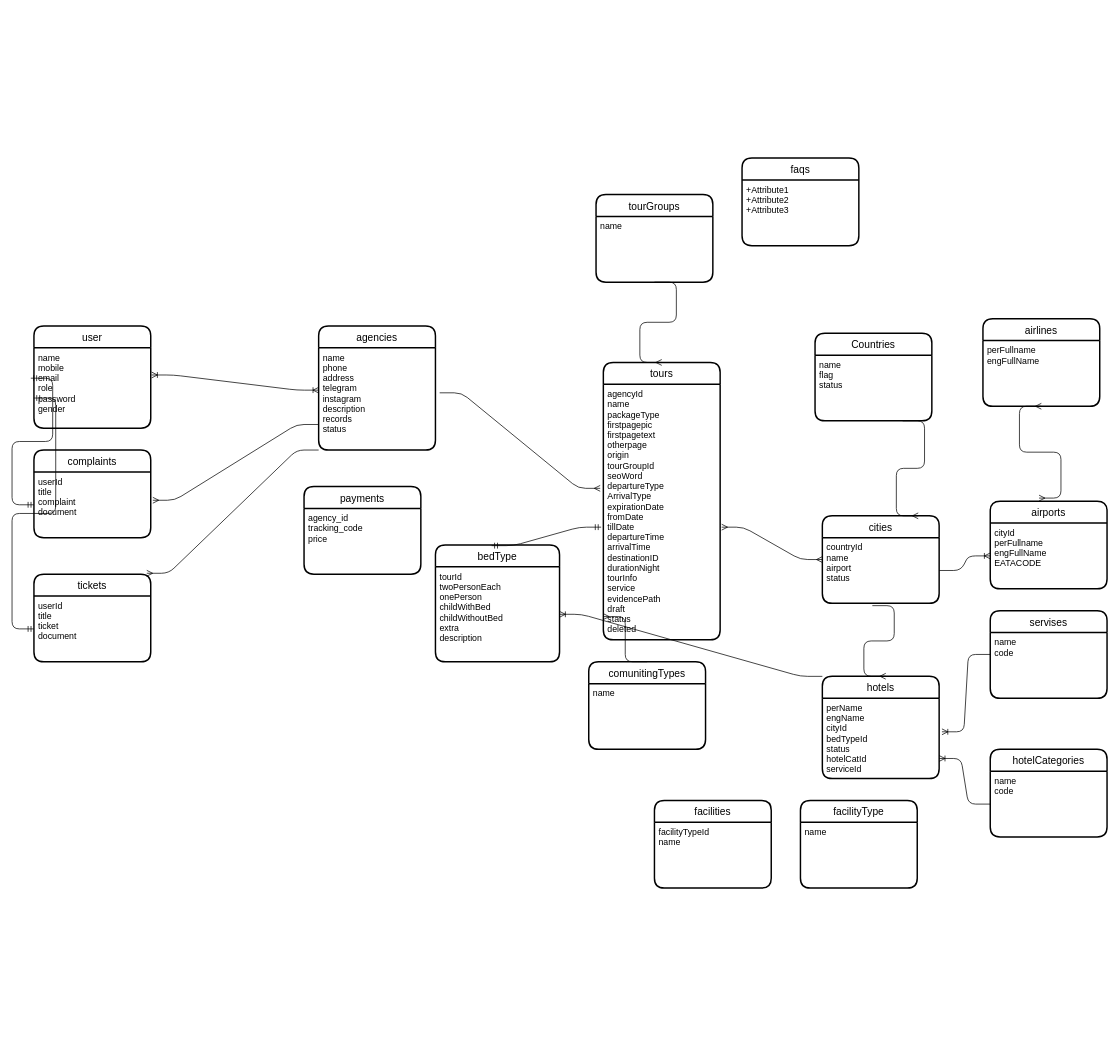
Above: Untitled Diagram.drawio in hamedhsm73/gitProject (draw.io), before the change. Source tidied: cells renumbered, new cells numbered last; positions are measured from the earlier drawing's top-left corner, leaving out a move shared by most shapes. Both pictures are drawn from the tidied source at 73%, with x=0, y=0 at pixel (34, 158).
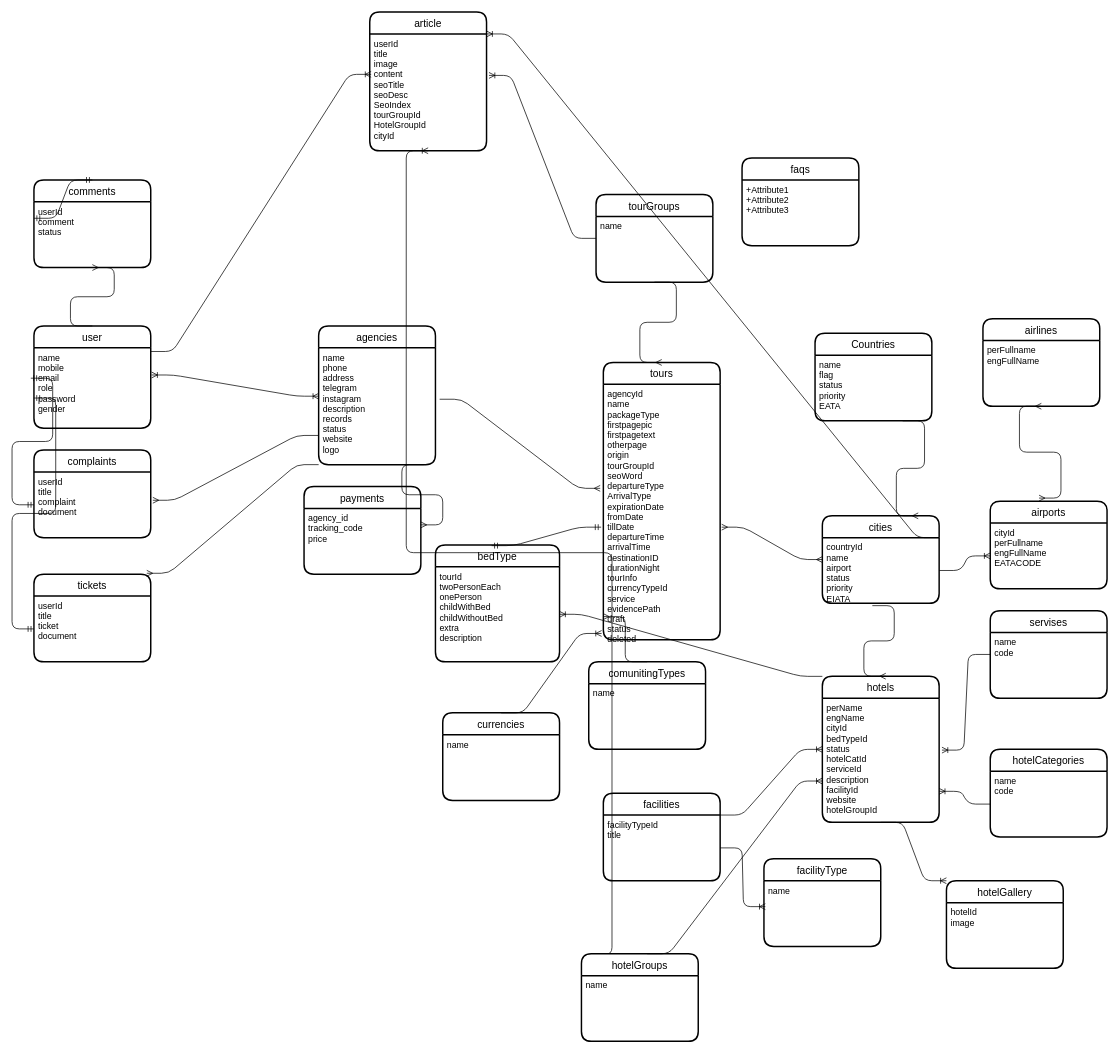
The same diagram, later.

Unchanged cells that the change refers to:
```xml
<mxCell id="2" value="user" style="swimlane;horizontal=1;startSize=30;rounded=1;fontSize=14;fontStyle=0;strokeWidth=2;shadow=0;dashed=0;align=center;" parent="1" vertex="1">
  <mxGeometry y="230" width="160" height="140" as="geometry" />
</mxCell>
<mxCell id="11" value="agency_id&#10;tracking_code&#10;price&#10;" style="align=left;strokeColor=none;fillColor=none;spacingLeft=4;fontSize=12;verticalAlign=top;" parent="10" vertex="1">
  <mxGeometry y="30" width="160" height="90" as="geometry" />
</mxCell>
<mxCell id="17" value="tours" style="swimlane;horizontal=1;startSize=30;rounded=1;fontSize=14;fontStyle=0;strokeWidth=2;shadow=0;dashed=0;align=center;" parent="1" vertex="1">
  <mxGeometry x="780" y="280" width="160" height="380" as="geometry" />
</mxCell>
<mxCell id="19" value="Countries" style="swimlane;horizontal=1;startSize=30;rounded=1;fontSize=14;fontStyle=0;strokeWidth=2;shadow=0;dashed=0;align=center;" parent="1" vertex="1">
  <mxGeometry x="1070" y="240" width="160" height="120" as="geometry" />
</mxCell>
<mxCell id="21" value="cities" style="swimlane;horizontal=1;startSize=30;rounded=1;fontSize=14;fontStyle=0;strokeWidth=2;shadow=0;dashed=0;align=center;" parent="1" vertex="1">
  <mxGeometry x="1080" y="490" width="160" height="120" as="geometry" />
</mxCell>
<mxCell id="25" value="tourGroups" style="swimlane;horizontal=1;startSize=30;rounded=1;fontSize=14;fontStyle=0;strokeWidth=2;shadow=0;dashed=0;align=center;" parent="1" vertex="1">
  <mxGeometry x="770" y="50" width="160" height="120" as="geometry" />
</mxCell>
<mxCell id="56" value="name" style="align=left;strokeColor=none;fillColor=none;spacingLeft=4;fontSize=12;verticalAlign=top;" parent="55" vertex="1">
  <mxGeometry y="30" width="160" height="90" as="geometry" />
</mxCell>
```

Diff of the diagram source:
```diff
@@
     <mxCell id="8" value="agencies" style="swimlane;horizontal=1;startSize=30;rounded=1;fontSize=14;fontStyle=0;strokeWidth=2;shadow=0;dashed=0;align=center;" parent="1" vertex="1">
-      <mxGeometry x="390" y="230" width="160" height="170" as="geometry" />
+      <mxGeometry x="390" y="230" width="160" height="190" as="geometry" />
     </mxCell>
-    <mxCell id="9" value="name&#10;phone&#10;address&#10;telegram&#10;instagram&#10;description&#10;records&#10;status" style="align=left;strokeColor=none;fillColor=none;spacingLeft=4;fontSize=12;verticalAlign=top;" parent="8" vertex="1">
-      <mxGeometry y="30" width="160" height="140" as="geometry" />
+    <mxCell id="9" value="name&#10;phone&#10;address&#10;telegram&#10;instagram&#10;description&#10;records&#10;status&#10;website&#10;logo" style="align=left;strokeColor=none;fillColor=none;spacingLeft=4;fontSize=12;verticalAlign=top;" parent="8" vertex="1">
+      <mxGeometry y="30" width="160" height="160" as="geometry" />
     </mxCell>
@@
-    <mxCell id="18" value="agencyId&#10;name&#10;packageType&#10;firstpagepic&#10;firstpagetext&#10;otherpage&#10;origin&#10;tourGroupId&#10;seoWord&#10;departureType&#10;ArrivalType&#10;expirationDate&#10;fromDate&#10;tillDate&#10;departureTime&#10;arrivalTime&#10;destinationID&#10;durationNight&#10;tourInfo&#10;service&#10;evidencePath&#10;draft&#10;status&#10;deleted&#10;" style="align=left;strokeColor=none;fillColor=none;spacingLeft=4;fontSize=12;verticalAlign=top;" parent="17" vertex="1">
+    <mxCell id="18" value="agencyId&#10;name&#10;packageType&#10;firstpagepic&#10;firstpagetext&#10;otherpage&#10;origin&#10;tourGroupId&#10;seoWord&#10;departureType&#10;ArrivalType&#10;expirationDate&#10;fromDate&#10;tillDate&#10;departureTime&#10;arrivalTime&#10;destinationID&#10;durationNight&#10;tourInfo&#10;currencyTypeId&#10;service&#10;evidencePath&#10;draft&#10;status&#10;deleted&#10;" style="align=left;strokeColor=none;fillColor=none;spacingLeft=4;fontSize=12;verticalAlign=top;" parent="17" vertex="1">
       <mxGeometry y="30" width="160" height="350" as="geometry" />
     </mxCell>
@@
-    <mxCell id="20" value="name&#10;flag&#10;status" style="align=left;strokeColor=none;fillColor=none;spacingLeft=4;fontSize=12;verticalAlign=top;" parent="19" vertex="1">
+    <mxCell id="20" value="name&#10;flag&#10;status&#10;priority&#10;EATA" style="align=left;strokeColor=none;fillColor=none;spacingLeft=4;fontSize=12;verticalAlign=top;" parent="19" vertex="1">
       <mxGeometry y="30" width="160" height="90" as="geometry" />
     </mxCell>
@@
-    <mxCell id="22" value="countryId&#10;name&#10;airport&#10;status" style="align=left;strokeColor=none;fillColor=none;spacingLeft=4;fontSize=12;verticalAlign=top;" parent="21" vertex="1">
+    <mxCell id="22" value="countryId&#10;name&#10;airport&#10;status&#10;priority&#10;EIATA" style="align=left;strokeColor=none;fillColor=none;spacingLeft=4;fontSize=12;verticalAlign=top;" parent="21" vertex="1">
       <mxGeometry y="30" width="160" height="90" as="geometry" />
     </mxCell>
@@
     <mxCell id="35" value="hotels" style="swimlane;horizontal=1;startSize=30;rounded=1;fontSize=14;fontStyle=0;strokeWidth=2;shadow=0;dashed=0;align=center;" parent="1" vertex="1">
-      <mxGeometry x="1080" y="710" width="160" height="140" as="geometry" />
+      <mxGeometry x="1080" y="710" width="160" height="200" as="geometry" />
     </mxCell>
-    <mxCell id="36" value="perName&#10;engName&#10;cityId&#10;bedTypeId&#10;status&#10;hotelCatId&#10;serviceId" style="align=left;strokeColor=none;fillColor=none;spacingLeft=4;fontSize=12;verticalAlign=top;" parent="35" vertex="1">
-      <mxGeometry y="30" width="160" height="110" as="geometry" />
+    <mxCell id="36" value="perName&#10;engName&#10;cityId&#10;bedTypeId&#10;status&#10;hotelCatId&#10;serviceId&#10;description&#10;facilityId&#10;website&#10;hotelGroupId" style="align=left;strokeColor=none;fillColor=none;spacingLeft=4;fontSize=12;verticalAlign=top;" parent="35" vertex="1">
+      <mxGeometry y="30" width="160" height="170" as="geometry" />
     </mxCell>
@@
     <mxCell id="53" value="facilities" style="swimlane;horizontal=1;startSize=30;rounded=1;fontSize=14;fontStyle=0;strokeWidth=2;shadow=0;dashed=0;align=center;" parent="1" vertex="1">
-      <mxGeometry x="850" y="880" width="160" height="120" as="geometry" />
+      <mxGeometry x="780" y="870" width="160" height="120" as="geometry" />
     </mxCell>
-    <mxCell id="54" value="facilityTypeId&#10;name&#10;" style="align=left;strokeColor=none;fillColor=none;spacingLeft=4;fontSize=12;verticalAlign=top;" parent="53" vertex="1">
+    <mxCell id="54" value="facilityTypeId&#10;title" style="align=left;strokeColor=none;fillColor=none;spacingLeft=4;fontSize=12;verticalAlign=top;" parent="53" vertex="1">
       <mxGeometry y="30" width="160" height="90" as="geometry" />
     </mxCell>
     <mxCell id="55" value="facilityType" style="swimlane;horizontal=1;startSize=30;rounded=1;fontSize=14;fontStyle=0;strokeWidth=2;shadow=0;dashed=0;align=center;" parent="1" vertex="1">
-      <mxGeometry x="1050" y="880" width="160" height="120" as="geometry" />
+      <mxGeometry x="1000" y="960" width="160" height="120" as="geometry" />
     </mxCell>
@@
+    <mxCell id="57" value="comments" style="swimlane;horizontal=1;startSize=30;rounded=1;fontSize=14;fontStyle=0;strokeWidth=2;shadow=0;dashed=0;align=center;" parent="1" vertex="1">
+      <mxGeometry y="30" width="160" height="120" as="geometry" />
+    </mxCell>
+    <mxCell id="58" value="userId&#10;comment&#10;status&#10;" style="align=left;strokeColor=none;fillColor=none;spacingLeft=4;fontSize=12;verticalAlign=top;" parent="57" vertex="1">
+      <mxGeometry y="30" width="160" height="90" as="geometry" />
+    </mxCell>
+    <mxCell id="59" style="edgeStyle=entityRelationEdgeStyle;fontSize=12;html=1;endArrow=ERmandOne;startArrow=ERmandOne;exitX=0;exitY=0.25;exitDx=0;exitDy=0;entryX=0.5;entryY=0;entryDx=0;entryDy=0;" parent="57" edge="1" source="58" target="57">
+      <mxGeometry relative="1" as="geometry" />
+    </mxCell>
+    <mxCell id="60" style="edgeStyle=entityRelationEdgeStyle;fontSize=12;html=1;endArrow=ERmany;entryX=0.5;entryY=1;entryDx=0;entryDy=0;exitX=0.5;exitY=0;exitDx=0;exitDy=0;" parent="1" edge="1" source="2" target="58">
+      <mxGeometry relative="1" as="geometry" />
+    </mxCell>
+    <mxCell id="61" style="edgeStyle=entityRelationEdgeStyle;fontSize=12;html=1;endArrow=ERmany;entryX=1;entryY=0.25;entryDx=0;entryDy=0;exitX=0.9;exitY=1;exitDx=0;exitDy=0;exitPerimeter=0;" parent="1" edge="1" source="9" target="11">
+      <mxGeometry relative="1" as="geometry" />
+    </mxCell>
+    <mxCell id="62" value="currencies" style="swimlane;horizontal=1;startSize=30;rounded=1;fontSize=14;fontStyle=0;strokeWidth=2;shadow=0;dashed=0;align=center;" parent="1" vertex="1">
+      <mxGeometry x="560" y="760" width="160" height="120" as="geometry" />
+    </mxCell>
+    <mxCell id="63" value="name" style="align=left;strokeColor=none;fillColor=none;spacingLeft=4;fontSize=12;verticalAlign=top;" parent="62" vertex="1">
+      <mxGeometry y="30" width="160" height="90" as="geometry" />
+    </mxCell>
+    <mxCell id="64" value="article" style="swimlane;horizontal=1;startSize=30;rounded=1;fontSize=14;fontStyle=0;strokeWidth=2;shadow=0;dashed=0;align=center;" parent="1" vertex="1">
+      <mxGeometry x="460" y="-200" width="160" height="190" as="geometry" />
+    </mxCell>
+    <mxCell id="65" value="userId&#10;title&#10;image&#10;content&#10;seoTitle&#10;seoDesc&#10;SeoIndex&#10;tourGroupId&#10;HotelGroupId&#10;cityId" style="align=left;strokeColor=none;fillColor=none;spacingLeft=4;fontSize=12;verticalAlign=top;" parent="64" vertex="1">
+      <mxGeometry y="30" width="160" height="160" as="geometry" />
+    </mxCell>
+    <mxCell id="66" style="edgeStyle=entityRelationEdgeStyle;fontSize=12;html=1;endArrow=ERoneToMany;exitX=0.074;exitY=0.01;exitDx=0;exitDy=0;exitPerimeter=0;" parent="64" edge="1" source="73">
+      <mxGeometry relative="1" as="geometry">
+        <mxPoint x="80" y="190" as="targetPoint" />
+      </mxGeometry>
+    </mxCell>
+    <mxCell id="67" style="edgeStyle=entityRelationEdgeStyle;fontSize=12;html=1;endArrow=ERoneToMany;exitX=0.5;exitY=0;exitDx=0;exitDy=0;entryX=-0.015;entryY=0.975;entryDx=0;entryDy=0;entryPerimeter=0;" parent="1" edge="1" source="62" target="18">
+      <mxGeometry relative="1" as="geometry" />
+    </mxCell>
+    <mxCell id="68" style="edgeStyle=entityRelationEdgeStyle;fontSize=12;html=1;endArrow=ERoneToMany;entryX=0.012;entryY=0.394;entryDx=0;entryDy=0;entryPerimeter=0;exitX=1;exitY=0.5;exitDx=0;exitDy=0;" parent="1" edge="1" source="54" target="56">
+      <mxGeometry relative="1" as="geometry" />
+    </mxCell>
+    <mxCell id="69" style="edgeStyle=entityRelationEdgeStyle;fontSize=12;html=1;endArrow=ERoneToMany;entryX=0;entryY=0.5;entryDx=0;entryDy=0;" parent="1" edge="1" target="35">
+      <mxGeometry relative="1" as="geometry">
+        <mxPoint x="940" y="900" as="sourcePoint" />
+      </mxGeometry>
+    </mxCell>
+    <mxCell id="70" value="hotelGallery" style="swimlane;horizontal=1;startSize=30;rounded=1;fontSize=14;fontStyle=0;strokeWidth=2;shadow=0;dashed=0;align=center;" parent="1" vertex="1">
+      <mxGeometry x="1250" y="990" width="160" height="120" as="geometry" />
+    </mxCell>
+    <mxCell id="71" value="hotelId&#10;image" style="align=left;strokeColor=none;fillColor=none;spacingLeft=4;fontSize=12;verticalAlign=top;" parent="70" vertex="1">
+      <mxGeometry y="30" width="160" height="90" as="geometry" />
+    </mxCell>
+    <mxCell id="72" style="edgeStyle=entityRelationEdgeStyle;fontSize=12;html=1;endArrow=ERoneToMany;exitX=0.5;exitY=1;exitDx=0;exitDy=0;entryX=0;entryY=0;entryDx=0;entryDy=0;" parent="1" edge="1" source="36" target="70">
+      <mxGeometry relative="1" as="geometry" />
+    </mxCell>
+    <mxCell id="73" value="hotelGroups" style="swimlane;horizontal=1;startSize=30;rounded=1;fontSize=14;fontStyle=0;strokeWidth=2;shadow=0;dashed=0;align=center;" parent="1" vertex="1">
+      <mxGeometry x="750" y="1090" width="160" height="120" as="geometry" />
+    </mxCell>
+    <mxCell id="74" value="name" style="align=left;strokeColor=none;fillColor=none;spacingLeft=4;fontSize=12;verticalAlign=top;" parent="73" vertex="1">
+      <mxGeometry y="30" width="160" height="90" as="geometry" />
+    </mxCell>
+    <mxCell id="75" style="edgeStyle=entityRelationEdgeStyle;fontSize=12;html=1;endArrow=ERoneToMany;entryX=0;entryY=0.667;entryDx=0;entryDy=0;entryPerimeter=0;" parent="1" edge="1" target="36">
+      <mxGeometry relative="1" as="geometry">
+        <mxPoint x="840" y="1090" as="sourcePoint" />
+      </mxGeometry>
+    </mxCell>
+    <mxCell id="76" style="edgeStyle=entityRelationEdgeStyle;fontSize=12;html=1;endArrow=ERoneToMany;entryX=1.021;entryY=0.355;entryDx=0;entryDy=0;entryPerimeter=0;" parent="1" edge="1" source="25" target="65">
+      <mxGeometry relative="1" as="geometry" />
+    </mxCell>
+    <mxCell id="77" style="edgeStyle=entityRelationEdgeStyle;fontSize=12;html=1;endArrow=ERoneToMany;entryX=1;entryY=0;entryDx=0;entryDy=0;exitX=1;exitY=0.25;exitDx=0;exitDy=0;" parent="1" edge="1" source="21" target="65">
+      <mxGeometry relative="1" as="geometry" />
+    </mxCell>
+    <mxCell id="78" style="edgeStyle=entityRelationEdgeStyle;fontSize=12;html=1;endArrow=ERoneToMany;exitX=1;exitY=0.25;exitDx=0;exitDy=0;entryX=0.012;entryY=0.346;entryDx=0;entryDy=0;entryPerimeter=0;" parent="1" edge="1" source="2" target="65">
+      <mxGeometry relative="1" as="geometry" />
+    </mxCell>
```
